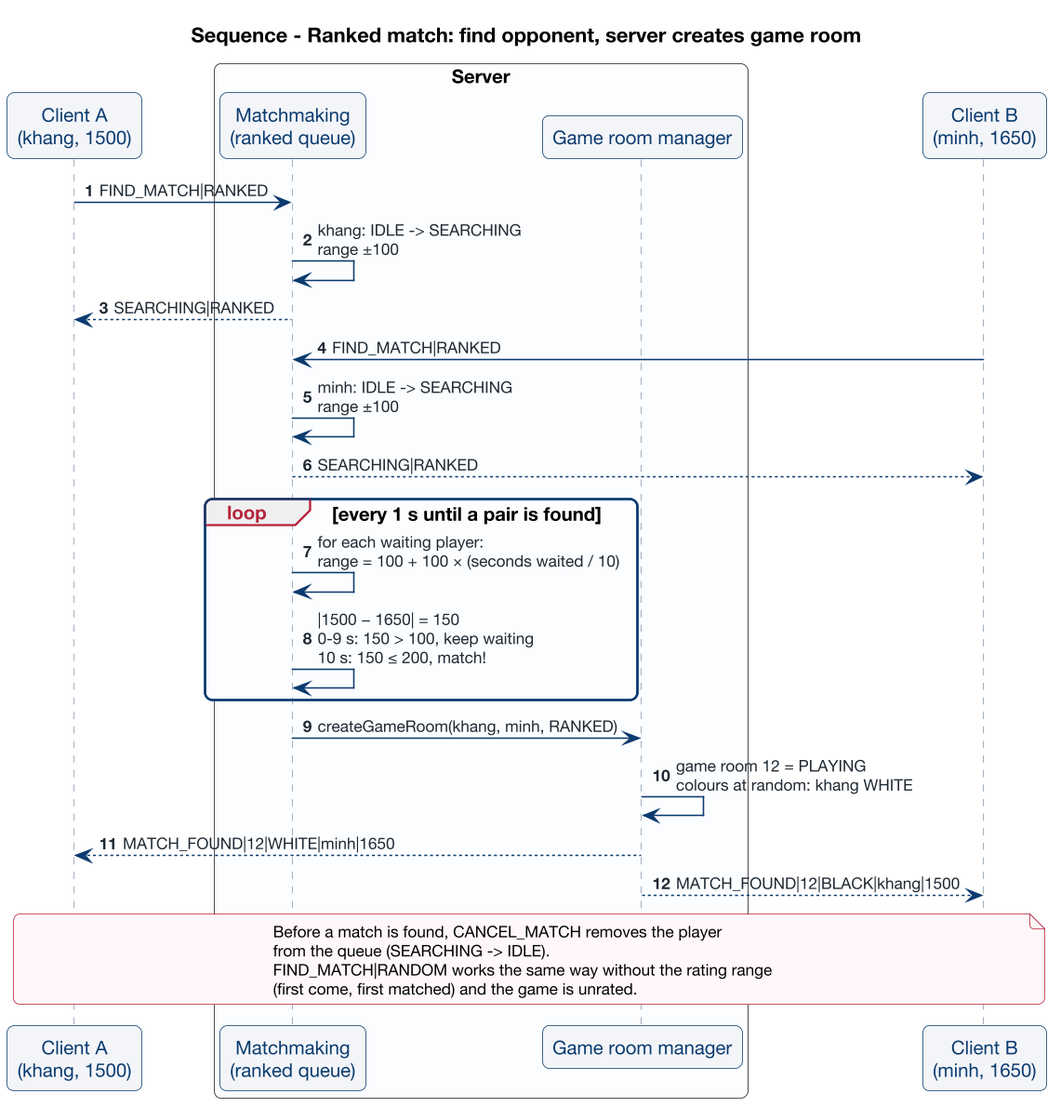
The PlantUML diagram docs/diagrams/4_protocol_design/message_processing/png/05_seq_ranked_match.png in doankhang255/Network_programming, before a commit.
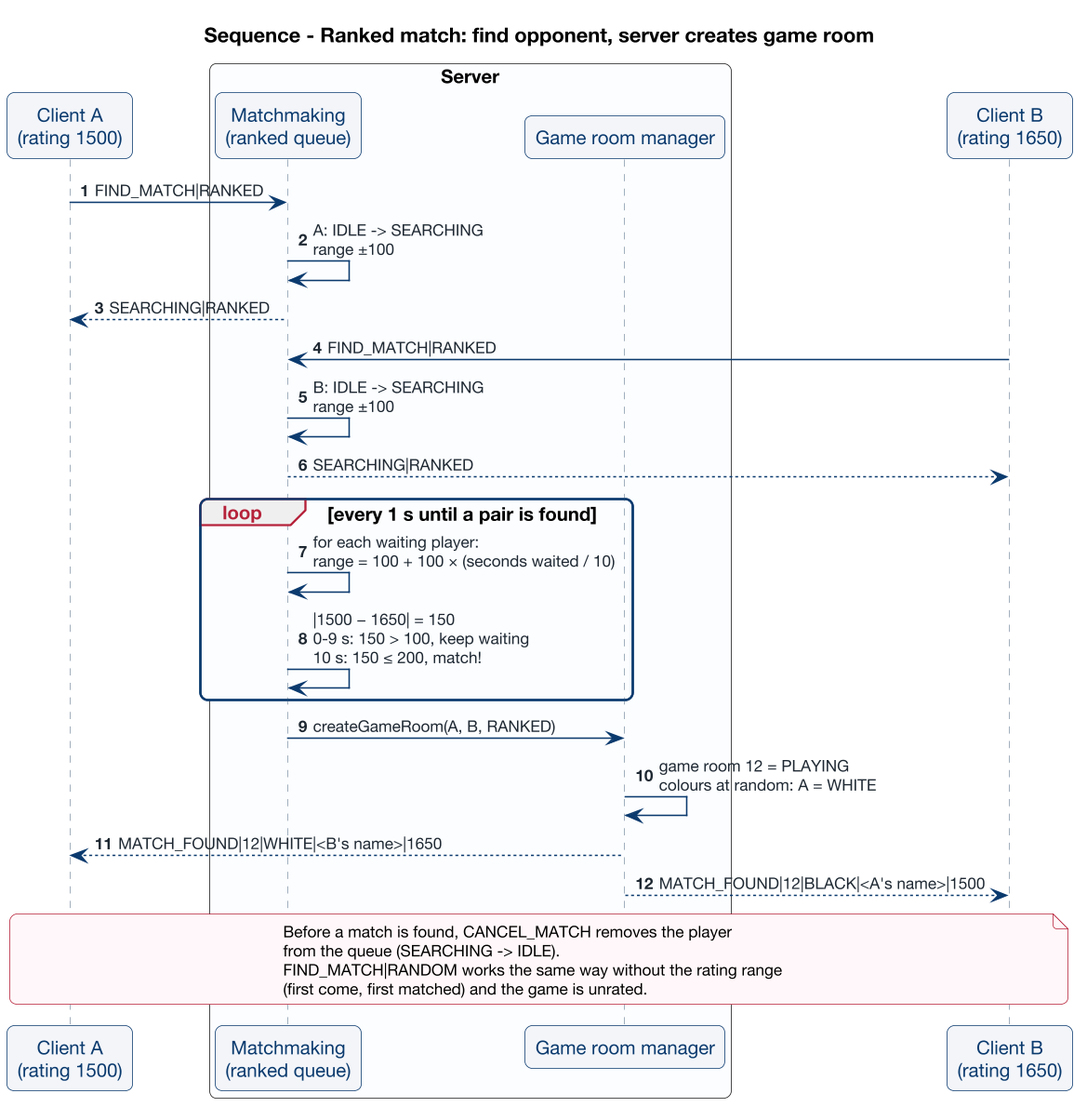
Later version of the same file.

The edit, as a diff of the source:
```diff
@@ -3,18 +3,18 @@
 autonumber
 title Sequence - Ranked match: find opponent, server creates game room
 
-participant "Client A\n(khang, 1500)" as A
+participant "Client A\n(rating 1500)" as A
 box "Server" #fbfcfe
   participant "Matchmaking\n(ranked queue)" as MM
   participant "Game room manager" as GRM
 end box
-participant "Client B\n(minh, 1650)" as B
+participant "Client B\n(rating 1650)" as B
 
 A -> MM : FIND_MATCH|RANKED
-MM -> MM : khang: IDLE -> SEARCHING\nrange ±100
+MM -> MM : A: IDLE -> SEARCHING\nrange ±100
 MM --> A : SEARCHING|RANKED
 B -> MM : FIND_MATCH|RANKED
-MM -> MM : minh: IDLE -> SEARCHING\nrange ±100
+MM -> MM : B: IDLE -> SEARCHING\nrange ±100
 MM --> B : SEARCHING|RANKED
 
 loop every 1 s until a pair is found
@@ -22,10 +22,10 @@
   MM -> MM : |1500 − 1650| = 150\n0-9 s: 150 > 100, keep waiting\n10 s: 150 ≤ 200, match!
 end
 
-MM -> GRM : createGameRoom(khang, minh, RANKED)
-GRM -> GRM : game room 12 = PLAYING\ncolours at random: khang WHITE
-GRM --> A : MATCH_FOUND|12|WHITE|minh|1650
-GRM --> B : MATCH_FOUND|12|BLACK|khang|1500
+MM -> GRM : createGameRoom(A, B, RANKED)
+GRM -> GRM : game room 12 = PLAYING\ncolours at random: A = WHITE
+GRM --> A : MATCH_FOUND|12|WHITE|<B's name>|1650
+GRM --> B : MATCH_FOUND|12|BLACK|<A's name>|1500
 
 note over A, B
   Before a match is found, CANCEL_MATCH removes the player
```
